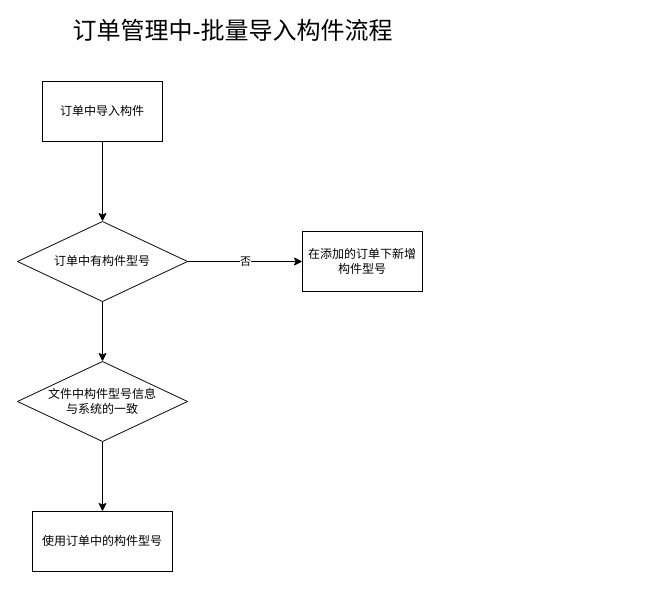
The draw.io diagram page "导入信息" (2 of 2) of DiagramNet/iPC.drawio in hanrker/diagramNet, before the edit. Source tidied: cells renumbered, new cells numbered last; positions are measured from the earlier drawing's top-left corner, leaving out a move shared by most shapes. Both pictures are drawn from the tidied source at 100%, with x=0, y=0 at pixel (17, 21).
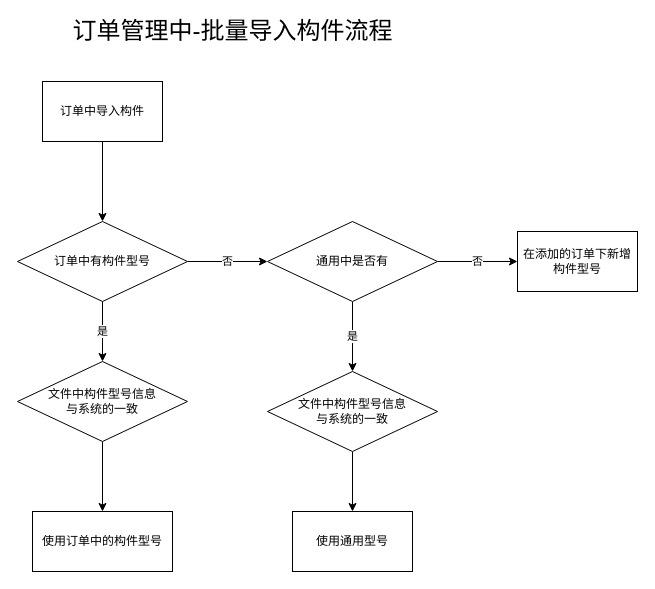
The same diagram, later.

The edit, as a diff of the source:
```diff
@@
 <mxGraphModel>
   <root>
     <mxCell id="0" />
     <mxCell id="1" parent="0" />
     <mxCell id="2" style="edgeStyle=orthogonalEdgeStyle;rounded=0;jettySize=auto;html=1;entryX=0.5;entryY=0;entryDx=0;entryDy=0;" parent="1" edge="1" source="3" target="6">
       <mxGeometry relative="1" as="geometry" />
     </mxCell>
     <mxCell id="3" value="订单中导入构件" style="rounded=0;whiteSpace=wrap;html=1;" parent="1" vertex="1">
       <mxGeometry x="25" y="60" width="120" height="60" as="geometry" />
     </mxCell>
-    <mxCell id="4" value="否" style="edgeStyle=orthogonalEdgeStyle;rounded=0;jettySize=auto;html=1;entryX=0;entryY=0.5;entryDx=0;entryDy=0;" parent="1" edge="1" source="6" target="10">
-      <mxGeometry relative="1" as="geometry" />
-    </mxCell>
-    <mxCell id="5" style="edgeStyle=orthogonalEdgeStyle;rounded=0;jettySize=auto;html=1;entryX=0.5;entryY=0;entryDx=0;entryDy=0;" parent="1" edge="1" source="6" target="9">
+    <mxCell id="5" value="是" style="edgeStyle=orthogonalEdgeStyle;rounded=0;jettySize=auto;html=1;entryX=0.5;entryY=0;entryDx=0;entryDy=0;" parent="1" edge="1" source="6" target="9">
       <mxGeometry relative="1" as="geometry" />
     </mxCell>
+    <mxCell id="12" value="否" style="edgeStyle=orthogonalEdgeStyle;rounded=0;jettySize=auto;html=1;" parent="1" edge="1" source="6" target="15">
+      <mxGeometry relative="1" as="geometry" />
+    </mxCell>
     <mxCell id="6" value="订单中有构件型号" style="rhombus;whiteSpace=wrap;html=1;" parent="1" vertex="1">
       <mxGeometry y="200" width="170" height="80" as="geometry" />
     </mxCell>
     <mxCell id="7" value="使用订单中的构件型号" style="whiteSpace=wrap;html=1;" parent="1" vertex="1">
       <mxGeometry x="15" y="490" width="140" height="60" as="geometry" />
     </mxCell>
     <mxCell id="8" style="edgeStyle=orthogonalEdgeStyle;rounded=0;jettySize=auto;html=1;" parent="1" edge="1" source="9" target="7">
       <mxGeometry relative="1" as="geometry" />
     </mxCell>
     <mxCell id="9" value="文件中构件型号信息&lt;br&gt;与系统的一致" style="rhombus;whiteSpace=wrap;html=1;" parent="1" vertex="1">
       <mxGeometry y="340" width="170" height="80" as="geometry" />
     </mxCell>
     <mxCell id="10" value="在添加的订单下新增构件型号" style="whiteSpace=wrap;html=1;" parent="1" vertex="1">
-      <mxGeometry x="285" y="210" width="120" height="60" as="geometry" />
+      <mxGeometry x="500" y="210" width="120" height="60" as="geometry" />
     </mxCell>
     <mxCell id="11" value="&lt;font style=&quot;font-size: 24px&quot;&gt;订单管理中-批量导入构件流程&lt;/font&gt;" style="text;html=1;align=center;verticalAlign=middle;fillColor=none;strokeColor=none;rounded=0;" parent="1" vertex="1">
       <mxGeometry x="45" width="340" height="20" as="geometry" />
     </mxCell>
+    <mxCell id="13" value="否" style="edgeStyle=orthogonalEdgeStyle;rounded=0;jettySize=auto;html=1;" parent="1" edge="1" source="15" target="10">
+      <mxGeometry relative="1" as="geometry" />
+    </mxCell>
+    <mxCell id="14" value="是" style="edgeStyle=orthogonalEdgeStyle;rounded=0;jettySize=auto;html=1;" parent="1" edge="1" source="15">
+      <mxGeometry relative="1" as="geometry">
+        <mxPoint x="335" y="350" as="targetPoint" />
+      </mxGeometry>
+    </mxCell>
+    <mxCell id="15" value="通用中是否有" style="rhombus;whiteSpace=wrap;html=1;" parent="1" vertex="1">
+      <mxGeometry x="250" y="200" width="170" height="80" as="geometry" />
+    </mxCell>
+    <mxCell id="16" value="使用通用型号" style="whiteSpace=wrap;html=1;" parent="1" vertex="1">
+      <mxGeometry x="275" y="490" width="120" height="60" as="geometry" />
+    </mxCell>
+    <mxCell id="17" style="edgeStyle=orthogonalEdgeStyle;rounded=0;jettySize=auto;html=1;" parent="1" edge="1" source="18" target="16">
+      <mxGeometry relative="1" as="geometry" />
+    </mxCell>
+    <mxCell id="18" value="文件中构件型号信息&lt;br&gt;与系统的一致" style="rhombus;whiteSpace=wrap;html=1;" parent="1" vertex="1">
+      <mxGeometry x="250" y="350" width="170" height="80" as="geometry" />
+    </mxCell>
   </root>
 </mxGraphModel>
```
